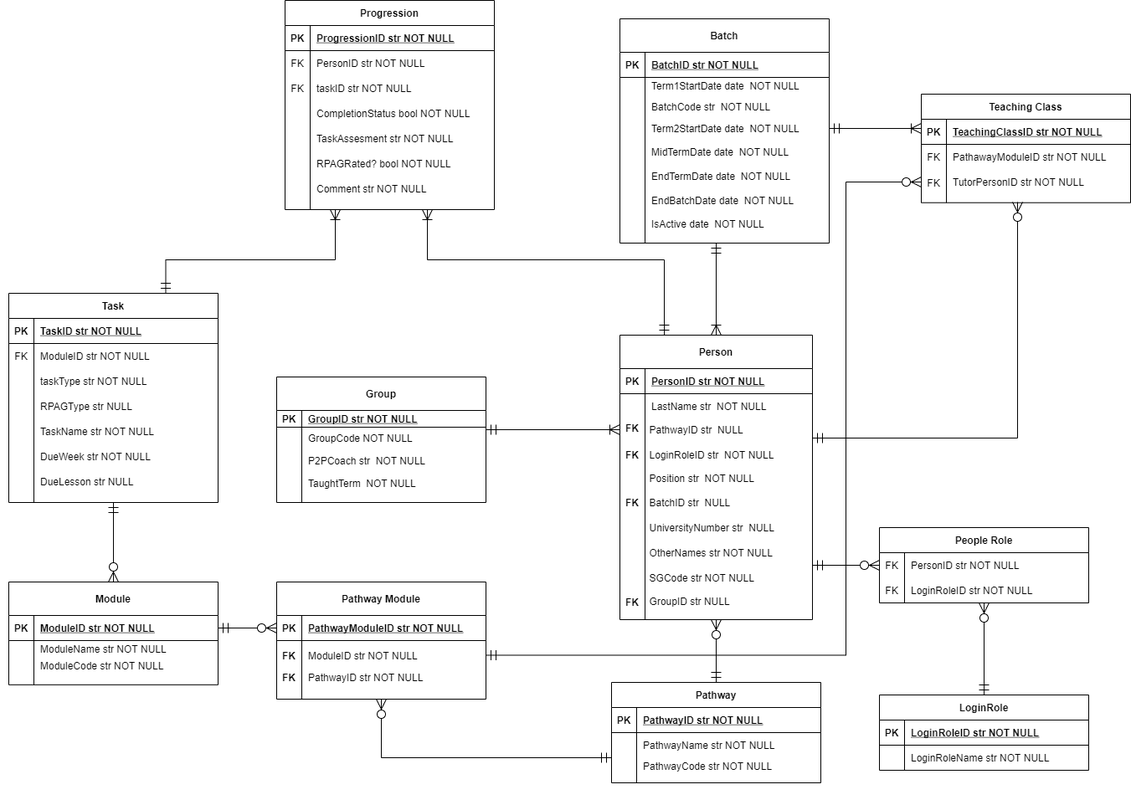
The draw.io diagram 2021/mongodb/HackathonERD.png in JohnAPedagogy/ProgressiveStudentHackathon, before a commit. Source tidied: cells renumbered, new cells last; positions are measured from the earlier drawing's top-left corner, leaving out a move shared by most shapes.
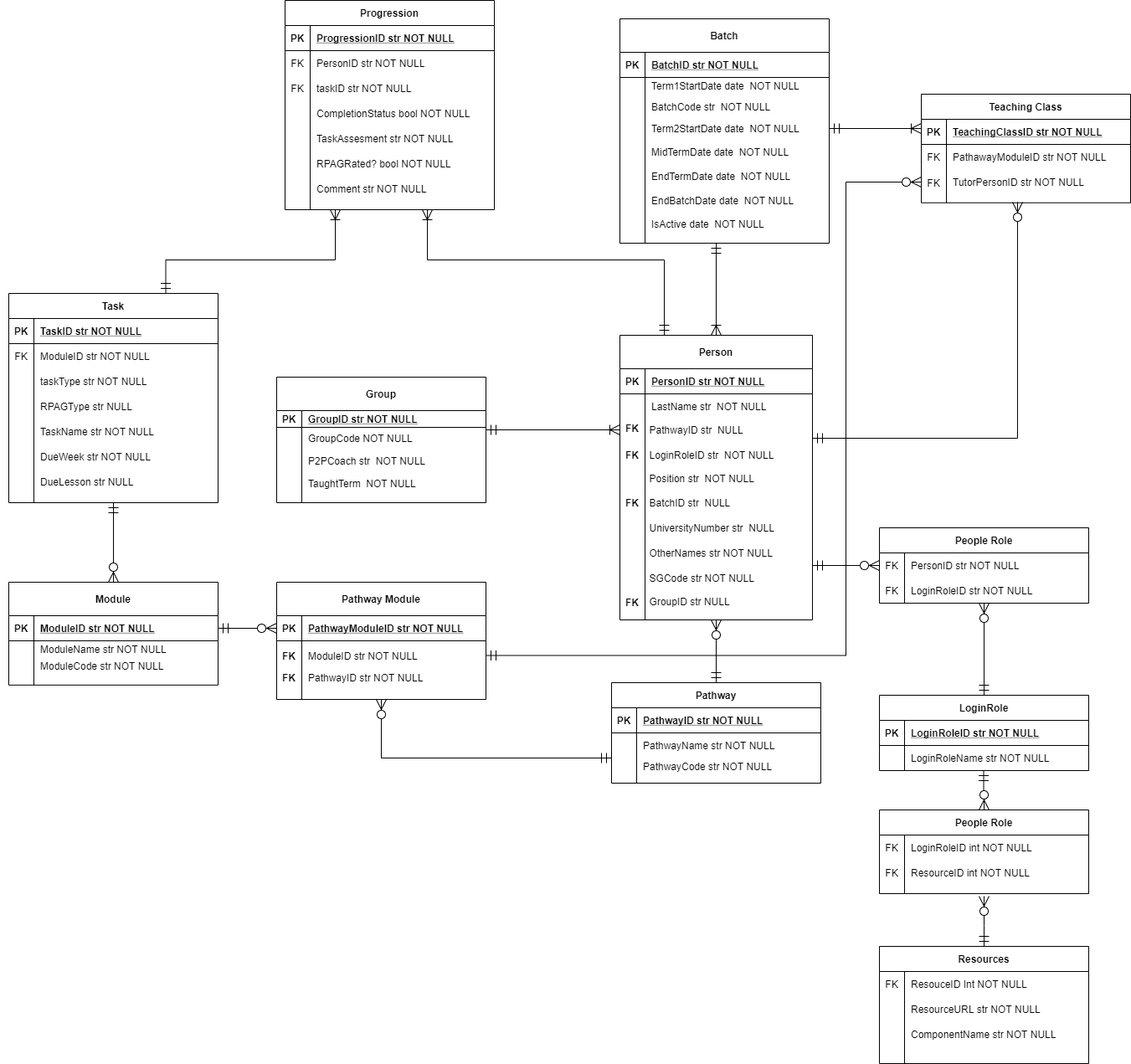
After the change.

The edit, as a diff of the source:
```diff
@@ -523,5 +523,70 @@
     <mxCell id="161" value="PathwayCode str NOT NULL" style="shape=partialRectangle;overflow=hidden;fillColor=none;top=0;left=0;bottom=0;right=0;align=left;spacingLeft=6;" parent="1" vertex="1">
       <mxGeometry x="760" y="900" width="220" height="30" as="geometry" />
     </mxCell>
+    <mxCell id="162" value="People Role" style="shape=table;startSize=30;rowLines=0;fontStyle=1;align=center;" parent="1" vertex="1">
+      <mxGeometry x="1050" y="967" width="250" height="100" as="geometry" />
+    </mxCell>
+    <mxCell id="163" style="shape=partialRectangle;fillColor=none;top=0;left=0;right=0;bottom=0;" parent="162" vertex="1">
+      <mxGeometry y="30" width="250" height="30" as="geometry" />
+    </mxCell>
+    <mxCell id="164" value="FK" style="shape=partialRectangle;overflow=hidden;fillColor=none;top=0;left=0;bottom=0;right=0;" parent="163" vertex="1">
+      <mxGeometry width="30" height="30" as="geometry" />
+    </mxCell>
+    <mxCell id="165" value="LoginRoleID int NOT NULL" style="shape=partialRectangle;overflow=hidden;fillColor=none;top=0;left=0;bottom=0;right=0;align=left;spacingLeft=6;" parent="163" vertex="1">
+      <mxGeometry x="30" width="220" height="30" as="geometry" />
+    </mxCell>
+    <mxCell id="166" style="shape=partialRectangle;fillColor=none;top=0;left=0;right=0;bottom=0;" parent="162" vertex="1">
+      <mxGeometry y="60" width="250" height="30" as="geometry" />
+    </mxCell>
+    <mxCell id="167" value="FK" style="shape=partialRectangle;overflow=hidden;fillColor=none;top=0;left=0;bottom=0;right=0;" parent="166" vertex="1">
+      <mxGeometry width="30" height="30" as="geometry" />
+    </mxCell>
+    <mxCell id="168" value="ResourceID int NOT NULL" style="shape=partialRectangle;overflow=hidden;fillColor=none;top=0;left=0;bottom=0;right=0;align=left;spacingLeft=6;" parent="166" vertex="1">
+      <mxGeometry x="30" width="220" height="30" as="geometry" />
+    </mxCell>
+    <mxCell id="169" value="Resources" style="shape=table;startSize=30;rowLines=0;fontStyle=1;align=center;" parent="1" vertex="1">
+      <mxGeometry x="1050" y="1130" width="250" height="140" as="geometry" />
+    </mxCell>
+    <mxCell id="170" style="shape=partialRectangle;fillColor=none;top=0;left=0;right=0;bottom=0;" parent="169" vertex="1">
+      <mxGeometry y="30" width="250" height="30" as="geometry" />
+    </mxCell>
+    <mxCell id="171" value="FK" style="shape=partialRectangle;overflow=hidden;fillColor=none;top=0;left=0;bottom=0;right=0;" parent="170" vertex="1">
+      <mxGeometry width="30" height="30" as="geometry" />
+    </mxCell>
+    <mxCell id="172" value="ResouceID Int NOT NULL" style="shape=partialRectangle;overflow=hidden;fillColor=none;top=0;left=0;bottom=0;right=0;align=left;spacingLeft=6;" parent="170" vertex="1">
+      <mxGeometry x="30" width="220" height="30" as="geometry" />
+    </mxCell>
+    <mxCell id="173" style="shape=partialRectangle;fillColor=none;top=0;left=0;right=0;bottom=0;" parent="169" vertex="1">
+      <mxGeometry y="60" width="250" height="30" as="geometry" />
+    </mxCell>
+    <mxCell id="174" style="shape=partialRectangle;overflow=hidden;fillColor=none;top=0;left=0;bottom=0;right=0;" parent="173" vertex="1">
+      <mxGeometry width="30" height="30" as="geometry" />
+    </mxCell>
+    <mxCell id="175" value="ResourceURL str NOT NULL" style="shape=partialRectangle;overflow=hidden;fillColor=none;top=0;left=0;bottom=0;right=0;align=left;spacingLeft=6;" parent="173" vertex="1">
+      <mxGeometry x="30" width="220" height="30" as="geometry" />
+    </mxCell>
+    <mxCell id="176" style="shape=partialRectangle;fillColor=none;top=0;left=0;right=0;bottom=0;" parent="169" vertex="1">
+      <mxGeometry y="90" width="250" height="30" as="geometry" />
+    </mxCell>
+    <mxCell id="177" style="shape=partialRectangle;overflow=hidden;fillColor=none;top=0;left=0;bottom=0;right=0;" parent="176" vertex="1">
+      <mxGeometry width="30" height="30" as="geometry" />
+    </mxCell>
+    <mxCell id="178" value="ComponentName str NOT NULL" style="shape=partialRectangle;overflow=hidden;fillColor=none;top=0;left=0;bottom=0;right=0;align=left;spacingLeft=6;" parent="176" vertex="1">
+      <mxGeometry x="30" width="220" height="30" as="geometry" />
+    </mxCell>
+    <mxCell id="179" style="edgeStyle=orthogonalEdgeStyle;rounded=0;orthogonalLoop=1;jettySize=auto;html=1;endArrow=ERzeroToMany;endFill=1;endSize=10;startSize=10;startArrow=ERmandOne;startFill=0;" parent="1" edge="1">
+      <mxGeometry relative="1" as="geometry">
+        <mxPoint x="1175" y="1130" as="sourcePoint" />
+        <mxPoint x="1175" y="1070" as="targetPoint" />
+        <Array as="points">
+          <mxPoint x="1175" y="1105" />
+        </Array>
+      </mxGeometry>
+    </mxCell>
+    <mxCell id="180" style="edgeStyle=orthogonalEdgeStyle;rounded=0;jettySize=auto;html=1;endArrow=ERzeroToMany;endFill=1;endSize=10;startSize=10;startArrow=ERmandOne;startFill=0;entryX=0.5;entryY=0;entryDx=0;entryDy=0;" parent="1" edge="1" target="162">
+      <mxGeometry relative="1" as="geometry">
+        <mxPoint x="1174.5" y="920" as="sourcePoint" />
+      </mxGeometry>
+    </mxCell>
   </root>
 </mxGraphModel>
```
